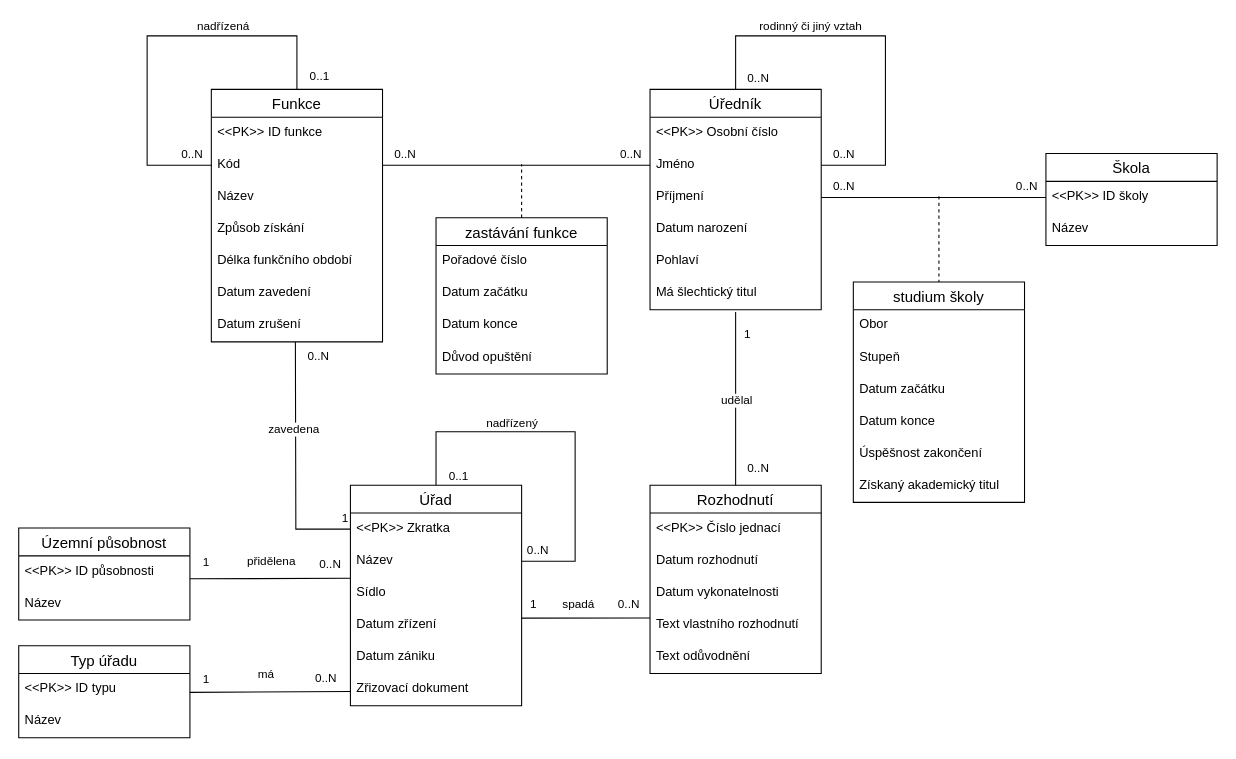
Above: ius-hw.drawio in JosefKuchar/ius-hw (draw.io), before the change. Source tidied: cells renumbered, new cells numbered last; positions are measured from the earlier drawing's top-left corner, leaving out a move shared by most shapes. Both pictures are drawn from the tidied source at 107%, with x=0, y=0 at pixel (18, 35).
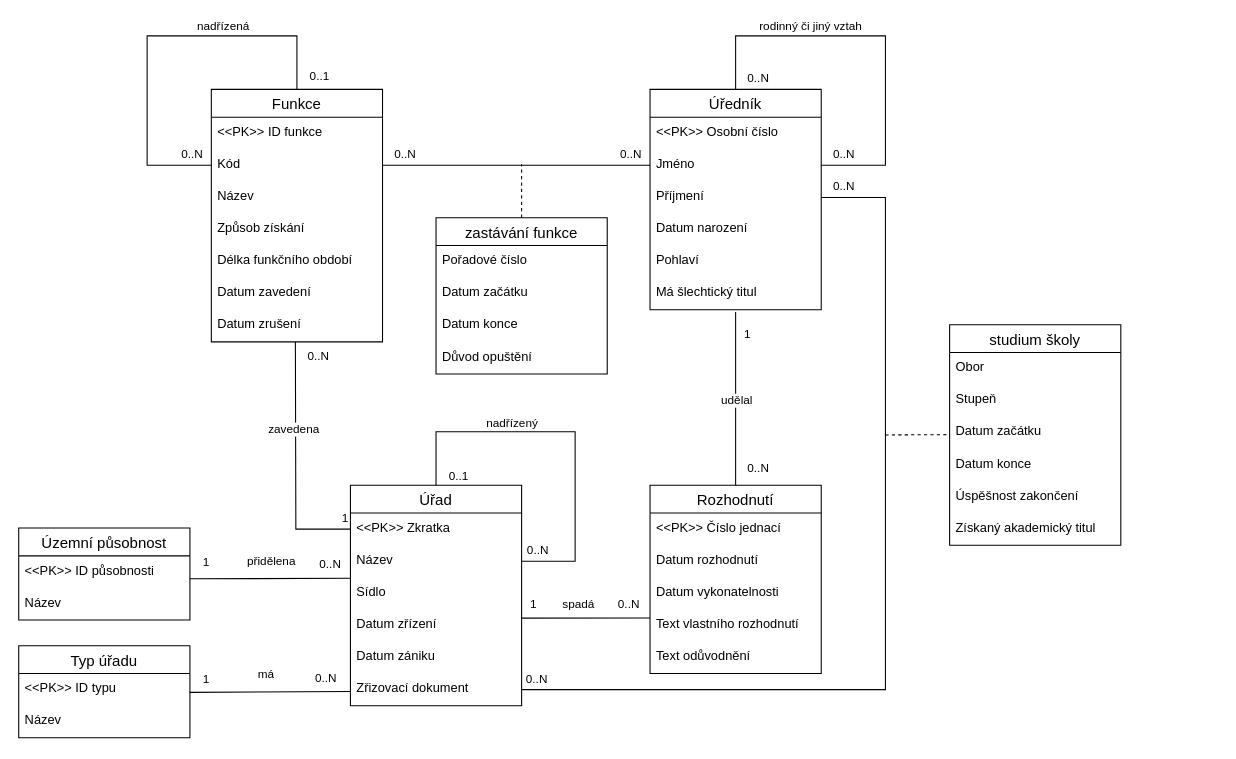
Above is the later version.

Unchanged cells that the change refers to:
```xml
<mxCell id="5" value="Příjmení" style="text;strokeColor=none;fillColor=none;spacingLeft=4;spacingRight=4;overflow=hidden;points=[[0,0.5],[1,0.5]];portConstraint=eastwest;fontSize=12;" parent="2" vertex="1">
  <mxGeometry y="86" width="160" height="30" as="geometry" />
</mxCell>
<mxCell id="25" value="Zřizovací dokument" style="text;strokeColor=none;fillColor=none;spacingLeft=4;spacingRight=4;overflow=hidden;points=[[0,0.5],[1,0.5]];portConstraint=eastwest;fontSize=12;" parent="19" vertex="1">
  <mxGeometry y="176" width="160" height="30" as="geometry" />
</mxCell>
```

Diff of the diagram source:
```diff
@@
-    <mxCell id="30" value="Škola" style="swimlane;fontStyle=0;horizontal=1;startSize=26;align=center;fontSize=14;" parent="1" vertex="1">
-      <mxGeometry x="960" y="110" width="160" height="86" as="geometry" />
-    </mxCell>
-    <mxCell id="31" value="&lt;&lt;PK&gt;&gt; ID školy" style="text;strokeColor=none;fillColor=none;spacingLeft=4;spacingRight=4;overflow=hidden;points=[[0,0.5],[1,0.5]];portConstraint=eastwest;fontSize=12;" parent="30" vertex="1">
-      <mxGeometry y="26" width="160" height="30" as="geometry" />
-    </mxCell>
-    <mxCell id="32" value="Název" style="text;strokeColor=none;fillColor=none;spacingLeft=4;spacingRight=4;overflow=hidden;fontSize=12;" parent="30" vertex="1">
-      <mxGeometry y="56" width="160" height="30" as="geometry" />
-    </mxCell>
     <mxCell id="33" value="studium školy" style="swimlane;fontStyle=0;horizontal=1;startSize=26;align=center;fontSize=14;swimlaneLine=1;" parent="1" vertex="1">
-      <mxGeometry x="780" y="230" width="160" height="206" as="geometry" />
+      <mxGeometry x="870" y="270" width="160" height="206" as="geometry" />
     </mxCell>
@@
-    <mxCell id="40" style="endArrow=none;html=1;rounded=0;fontFamily=Helvetica;entryX=0.5;entryY=0;entryDx=0;entryDy=0;dashed=1;" parent="1" edge="1" target="33">
-      <mxGeometry relative="1" as="geometry">
-        <mxPoint x="860" y="150" as="sourcePoint" />
-      </mxGeometry>
-    </mxCell>
-    <mxCell id="41" style="endArrow=none;html=1;rounded=0;fontFamily=Helvetica;exitX=1;exitY=0.5;exitDx=0;exitDy=0;entryX=0;entryY=0.5;entryDx=0;entryDy=0;" parent="1" edge="1" source="5" target="31">
-      <mxGeometry relative="1" as="geometry" />
+    <mxCell id="41" style="endArrow=none;html=1;rounded=0;fontFamily=Helvetica;exitX=1;exitY=0.5;exitDx=0;exitDy=0;entryX=1;entryY=0.5;entryDx=0;entryDy=0;" parent="1" edge="1" source="5" target="25">
+      <mxGeometry relative="1" as="geometry">
+        <Array as="points">
+          <mxPoint x="810" y="151" />
+          <mxPoint x="810" y="611" />
+        </Array>
+      </mxGeometry>
     </mxCell>
     <mxCell id="42" value="0..N" style="edgeLabel;html=1;align=center;verticalAlign=middle;" parent="41" vertex="1">
       <mxGeometry x="-0.87" y="2" relative="1" as="geometry">
-        <mxPoint x="6" y="-9" as="offset" />
+        <mxPoint x="-36" y="-9" as="offset" />
       </mxGeometry>
     </mxCell>
@@
+    <mxCell id="91" style="endArrow=none;html=1;rounded=0;dashed=1;" parent="1" edge="1">
+      <mxGeometry relative="1" as="geometry">
+        <mxPoint x="810" y="373" as="sourcePoint" />
+        <mxPoint x="870" y="372.7" as="targetPoint" />
+      </mxGeometry>
+    </mxCell>
```
